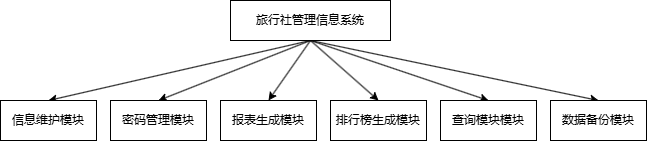
This is 系统结构图-顶层.drawio.png from wefcdse/softeng, a draw.io export, as it was before one commit. Source tidied: cells renumbered, new cells last; positions are measured from the earlier drawing's top-left corner, leaving out a move shared by most shapes.
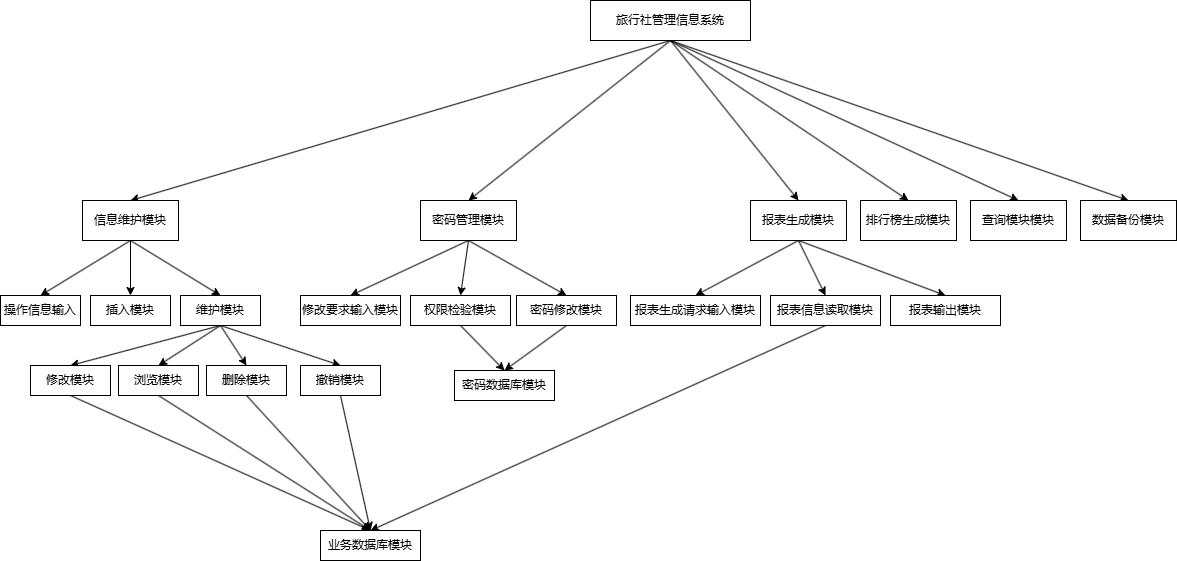
The same diagram one commit later.

Commit message:
更新系统结构图-顶层.drawio.png

What changed in the source:
```diff
@@ -21,14 +21,41 @@
       <mxGeometry relative="1" as="geometry" />
     </mxCell>
     <mxCell id="8" value="旅行社管理信息系统" style="rounded=0;whiteSpace=wrap;html=1;" parent="1" vertex="1">
-      <mxGeometry x="230" width="160" height="40" as="geometry" />
+      <mxGeometry x="60" y="-100" width="160" height="40" as="geometry" />
     </mxCell>
+    <mxCell id="15" style="rounded=0;jettySize=auto;html=1;exitX=0.5;exitY=1;exitDx=0;exitDy=0;entryX=0.5;entryY=0;entryDx=0;entryDy=0;" parent="1" edge="1" source="9" target="24">
+      <mxGeometry relative="1" as="geometry" />
+    </mxCell>
+    <mxCell id="16" style="rounded=0;jettySize=auto;html=1;exitX=0.5;exitY=1;exitDx=0;exitDy=0;entryX=0.5;entryY=0;entryDx=0;entryDy=0;" parent="1" edge="1" source="9" target="25">
+      <mxGeometry relative="1" as="geometry" />
+    </mxCell>
+    <mxCell id="17" style="rounded=0;jettySize=auto;html=1;exitX=0.5;exitY=1;exitDx=0;exitDy=0;entryX=0.5;entryY=0;entryDx=0;entryDy=0;" parent="1" edge="1" source="9" target="32">
+      <mxGeometry relative="1" as="geometry" />
+    </mxCell>
     <mxCell id="9" value="信息维护模块" style="rounded=0;whiteSpace=wrap;html=1;" parent="1" vertex="1">
-      <mxGeometry y="100" width="96" height="40" as="geometry" />
+      <mxGeometry x="-448" y="100" width="96" height="40" as="geometry" />
     </mxCell>
+    <mxCell id="18" style="rounded=0;jettySize=auto;html=1;exitX=0.5;exitY=1;exitDx=0;exitDy=0;entryX=0.5;entryY=0;entryDx=0;entryDy=0;" parent="1" edge="1" source="10" target="40">
+      <mxGeometry relative="1" as="geometry" />
+    </mxCell>
+    <mxCell id="19" style="rounded=0;jettySize=auto;html=1;exitX=0.5;exitY=1;exitDx=0;exitDy=0;entryX=0.5;entryY=0;entryDx=0;entryDy=0;" parent="1" edge="1" source="10" target="42">
+      <mxGeometry relative="1" as="geometry" />
+    </mxCell>
+    <mxCell id="20" style="rounded=0;jettySize=auto;html=1;exitX=0.5;exitY=1;exitDx=0;exitDy=0;entryX=0.5;entryY=0;entryDx=0;entryDy=0;" parent="1" edge="1" source="10" target="44">
+      <mxGeometry relative="1" as="geometry" />
+    </mxCell>
     <mxCell id="10" value="密码管理模块" style="rounded=0;whiteSpace=wrap;html=1;" parent="1" vertex="1">
-      <mxGeometry x="110" y="100" width="96" height="40" as="geometry" />
+      <mxGeometry x="-110" y="100" width="96" height="40" as="geometry" />
     </mxCell>
+    <mxCell id="21" style="rounded=0;jettySize=auto;html=1;exitX=0.5;exitY=1;exitDx=0;exitDy=0;entryX=0.5;entryY=0;entryDx=0;entryDy=0;" parent="1" edge="1" source="11" target="46">
+      <mxGeometry relative="1" as="geometry" />
+    </mxCell>
+    <mxCell id="22" style="rounded=0;jettySize=auto;html=1;exitX=0.5;exitY=1;exitDx=0;exitDy=0;entryX=0.5;entryY=0;entryDx=0;entryDy=0;" parent="1" edge="1" source="11" target="48">
+      <mxGeometry relative="1" as="geometry" />
+    </mxCell>
+    <mxCell id="23" style="rounded=0;jettySize=auto;html=1;exitX=0.5;exitY=1;exitDx=0;exitDy=0;entryX=0.5;entryY=0;entryDx=0;entryDy=0;" parent="1" edge="1" source="11" target="49">
+      <mxGeometry relative="1" as="geometry" />
+    </mxCell>
     <mxCell id="11" value="报表生成模块" style="rounded=0;whiteSpace=wrap;html=1;" parent="1" vertex="1">
       <mxGeometry x="220" y="100" width="96" height="40" as="geometry" />
     </mxCell>
@@ -41,5 +68,83 @@
     <mxCell id="14" value="查询模块模块" style="rounded=0;whiteSpace=wrap;html=1;" parent="1" vertex="1">
       <mxGeometry x="440" y="100" width="96" height="40" as="geometry" />
     </mxCell>
+    <mxCell id="24" value="操作信息输入" style="rounded=0;whiteSpace=wrap;html=1;" parent="1" vertex="1">
+      <mxGeometry x="-530" y="195" width="80" height="30" as="geometry" />
+    </mxCell>
+    <mxCell id="25" value="插入模块" style="rounded=0;whiteSpace=wrap;html=1;" parent="1" vertex="1">
+      <mxGeometry x="-440" y="195" width="80" height="30" as="geometry" />
+    </mxCell>
+    <mxCell id="26" style="rounded=0;jettySize=auto;html=1;exitX=0.5;exitY=1;exitDx=0;exitDy=0;entryX=0.5;entryY=0;entryDx=0;entryDy=0;" parent="1" edge="1" source="27" target="39">
+      <mxGeometry relative="1" as="geometry" />
+    </mxCell>
+    <mxCell id="27" value="删除模块" style="rounded=0;whiteSpace=wrap;html=1;" parent="1" vertex="1">
+      <mxGeometry x="-324" y="265" width="80" height="30" as="geometry" />
+    </mxCell>
+    <mxCell id="28" style="rounded=0;jettySize=auto;html=1;exitX=0.5;exitY=1;exitDx=0;exitDy=0;entryX=0.5;entryY=0;entryDx=0;entryDy=0;" parent="1" edge="1" source="32" target="36">
+      <mxGeometry relative="1" as="geometry" />
+    </mxCell>
+    <mxCell id="29" style="rounded=0;jettySize=auto;html=1;exitX=0.5;exitY=1;exitDx=0;exitDy=0;entryX=0.5;entryY=0;entryDx=0;entryDy=0;" parent="1" edge="1" source="32" target="34">
+      <mxGeometry relative="1" as="geometry" />
+    </mxCell>
+    <mxCell id="30" style="rounded=0;jettySize=auto;html=1;exitX=0.5;exitY=1;exitDx=0;exitDy=0;entryX=0.5;entryY=0;entryDx=0;entryDy=0;" parent="1" edge="1" source="32" target="27">
+      <mxGeometry relative="1" as="geometry" />
+    </mxCell>
+    <mxCell id="31" style="rounded=0;jettySize=auto;html=1;exitX=0.5;exitY=1;exitDx=0;exitDy=0;entryX=0.5;entryY=0;entryDx=0;entryDy=0;" parent="1" edge="1" source="32" target="38">
+      <mxGeometry relative="1" as="geometry" />
+    </mxCell>
+    <mxCell id="32" value="维护模块" style="rounded=0;whiteSpace=wrap;html=1;" parent="1" vertex="1">
+      <mxGeometry x="-350" y="195" width="80" height="30" as="geometry" />
+    </mxCell>
+    <mxCell id="33" style="rounded=0;jettySize=auto;html=1;exitX=0.5;exitY=1;exitDx=0;exitDy=0;entryX=0.5;entryY=0;entryDx=0;entryDy=0;" parent="1" edge="1" source="34" target="39">
+      <mxGeometry relative="1" as="geometry" />
+    </mxCell>
+    <mxCell id="34" value="浏览模块" style="rounded=0;whiteSpace=wrap;html=1;" parent="1" vertex="1">
+      <mxGeometry x="-412" y="265" width="80" height="30" as="geometry" />
+    </mxCell>
+    <mxCell id="35" style="rounded=0;jettySize=auto;html=1;exitX=0.5;exitY=1;exitDx=0;exitDy=0;entryX=0.5;entryY=0;entryDx=0;entryDy=0;" parent="1" edge="1" source="36" target="39">
+      <mxGeometry relative="1" as="geometry" />
+    </mxCell>
+    <mxCell id="36" value="修改模块" style="rounded=0;whiteSpace=wrap;html=1;" parent="1" vertex="1">
+      <mxGeometry x="-500" y="265" width="80" height="30" as="geometry" />
+    </mxCell>
+    <mxCell id="37" style="rounded=0;jettySize=auto;html=1;exitX=0.5;exitY=1;exitDx=0;exitDy=0;entryX=0.5;entryY=0;entryDx=0;entryDy=0;" parent="1" edge="1" source="38" target="39">
+      <mxGeometry relative="1" as="geometry" />
+    </mxCell>
+    <mxCell id="38" value="撤销模块" style="rounded=0;whiteSpace=wrap;html=1;" parent="1" vertex="1">
+      <mxGeometry x="-230" y="265" width="80" height="30" as="geometry" />
+    </mxCell>
+    <mxCell id="39" value="业务数据库模块" style="rounded=0;whiteSpace=wrap;html=1;" parent="1" vertex="1">
+      <mxGeometry x="-210" y="430" width="100" height="30" as="geometry" />
+    </mxCell>
+    <mxCell id="40" value="修改要求输入模块" style="rounded=0;whiteSpace=wrap;html=1;" parent="1" vertex="1">
+      <mxGeometry x="-230" y="195" width="100" height="30" as="geometry" />
+    </mxCell>
+    <mxCell id="41" style="rounded=0;jettySize=auto;html=1;exitX=0.5;exitY=1;exitDx=0;exitDy=0;entryX=0.5;entryY=0;entryDx=0;entryDy=0;" parent="1" edge="1" source="42" target="45">
+      <mxGeometry relative="1" as="geometry" />
+    </mxCell>
+    <mxCell id="42" value="权限检验模块" style="rounded=0;whiteSpace=wrap;html=1;" parent="1" vertex="1">
+      <mxGeometry x="-120" y="195" width="100" height="30" as="geometry" />
+    </mxCell>
+    <mxCell id="43" style="rounded=0;jettySize=auto;html=1;exitX=0.5;exitY=1;exitDx=0;exitDy=0;entryX=0.5;entryY=0;entryDx=0;entryDy=0;" parent="1" edge="1" source="44" target="45">
+      <mxGeometry relative="1" as="geometry" />
+    </mxCell>
+    <mxCell id="44" value="密码修改模块" style="rounded=0;whiteSpace=wrap;html=1;" parent="1" vertex="1">
+      <mxGeometry x="-14" y="195" width="100" height="30" as="geometry" />
+    </mxCell>
+    <mxCell id="45" value="密码数据库模块" style="rounded=0;whiteSpace=wrap;html=1;" parent="1" vertex="1">
+      <mxGeometry x="-76" y="270" width="100" height="30" as="geometry" />
+    </mxCell>
+    <mxCell id="46" value="报表生成请求输入模块" style="rounded=0;whiteSpace=wrap;html=1;" parent="1" vertex="1">
+      <mxGeometry x="100" y="195" width="130" height="30" as="geometry" />
+    </mxCell>
+    <mxCell id="47" style="rounded=0;jettySize=auto;html=1;exitX=0.5;exitY=1;exitDx=0;exitDy=0;entryX=0.5;entryY=0;entryDx=0;entryDy=0;" parent="1" edge="1" source="48" target="39">
+      <mxGeometry relative="1" as="geometry" />
+    </mxCell>
+    <mxCell id="48" value="报表信息读取模块" style="rounded=0;whiteSpace=wrap;html=1;" parent="1" vertex="1">
+      <mxGeometry x="240" y="195" width="110" height="30" as="geometry" />
+    </mxCell>
+    <mxCell id="49" value="报表输出模块" style="rounded=0;whiteSpace=wrap;html=1;" parent="1" vertex="1">
+      <mxGeometry x="360" y="195" width="110" height="30" as="geometry" />
+    </mxCell>
   </root>
 </mxGraphModel>
```
